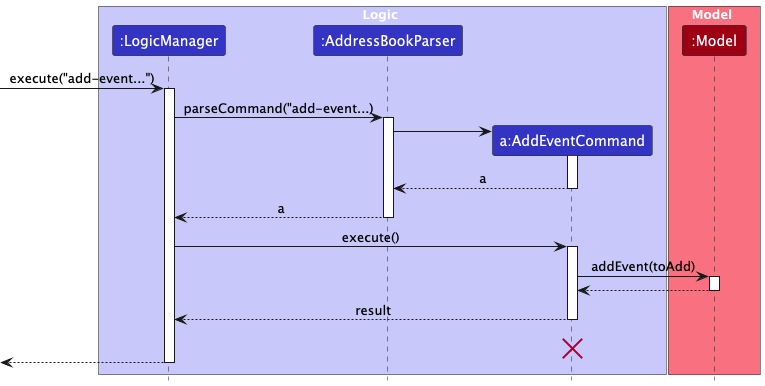
jaxwong/tp keeps this PlantUML diagram as docs/images/AddEventSequenceDiagram-Logic.png. Above is the earlier version. Source of this version:
```plantuml
@startuml
!include style.puml
skinparam ArrowFontStyle plain

box Logic LOGIC_COLOR_T1
participant ":LogicManager" as LogicManager LOGIC_COLOR
participant ":AddressBookParser" as AddressBookParser LOGIC_COLOR
participant "a:AddEventCommand" as AddEventCommand LOGIC_COLOR
end box

box Model MODEL_COLOR_T1
participant ":Model" as Model MODEL_COLOR
end box
[-> LogicManager : execute("add-event...")
activate LogicManager

LogicManager -> AddressBookParser : parseCommand("add-event...)
activate AddressBookParser

create AddEventCommand
AddressBookParser -> AddEventCommand
activate AddEventCommand

AddEventCommand --> AddressBookParser : a
deactivate AddEventCommand

AddressBookParser --> LogicManager : a
deactivate AddressBookParser

LogicManager -> AddEventCommand : execute()
activate AddEventCommand

AddEventCommand -> Model : addEvent(toAdd)
activate Model

Model --> AddEventCommand
deactivate Model

AddEventCommand --> LogicManager : result
deactivate AddEventCommand
AddEventCommand -[hidden]-> LogicManager : result
destroy AddEventCommand

[<--LogicManager
deactivate LogicManager
@enduml
```
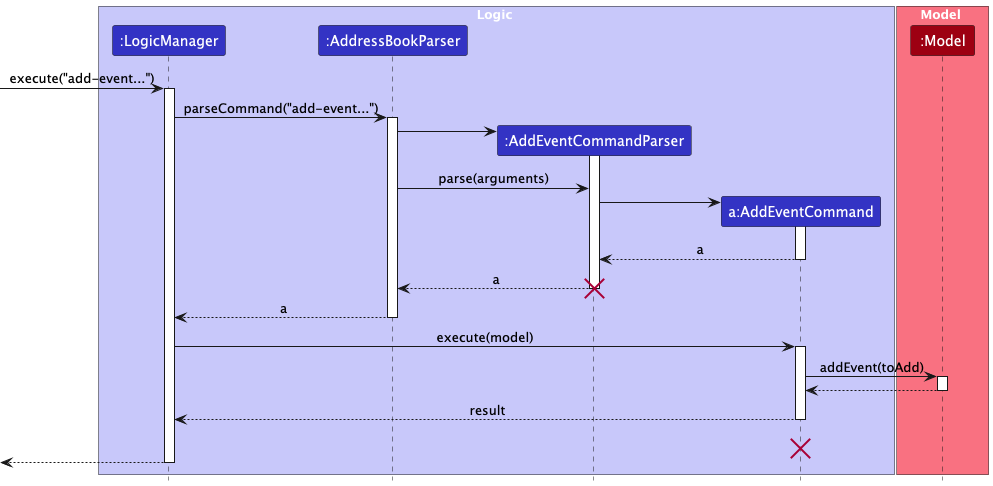
After the commit.

Commit message:
Fix uml diagrams for implementation

Change to the diagram source:
```diff
@@ -5,29 +5,41 @@
 box Logic LOGIC_COLOR_T1
 participant ":LogicManager" as LogicManager LOGIC_COLOR
 participant ":AddressBookParser" as AddressBookParser LOGIC_COLOR
+participant ":AddEventCommandParser" as AddEventCommandParser LOGIC_COLOR
 participant "a:AddEventCommand" as AddEventCommand LOGIC_COLOR
 end box
 
 box Model MODEL_COLOR_T1
 participant ":Model" as Model MODEL_COLOR
 end box
+
 [-> LogicManager : execute("add-event...")
 activate LogicManager
 
-LogicManager -> AddressBookParser : parseCommand("add-event...)
+LogicManager -> AddressBookParser : parseCommand("add-event...")
 activate AddressBookParser
 
+create AddEventCommandParser
+AddressBookParser -> AddEventCommandParser
+activate AddEventCommandParser
+
+AddressBookParser -> AddEventCommandParser : parse(arguments)
+
 create AddEventCommand
-AddressBookParser -> AddEventCommand
+AddEventCommandParser -> AddEventCommand
 activate AddEventCommand
 
-AddEventCommand --> AddressBookParser : a
+AddEventCommand --> AddEventCommandParser : a
 deactivate AddEventCommand
+
+AddEventCommandParser --> AddressBookParser : a
+deactivate AddEventCommandParser
+destroy AddEventCommandParser
 
 AddressBookParser --> LogicManager : a
 deactivate AddressBookParser
 
-LogicManager -> AddEventCommand : execute()
+LogicManager -> AddEventCommand : execute(model)
 activate AddEventCommand
 
 AddEventCommand -> Model : addEvent(toAdd)
```
